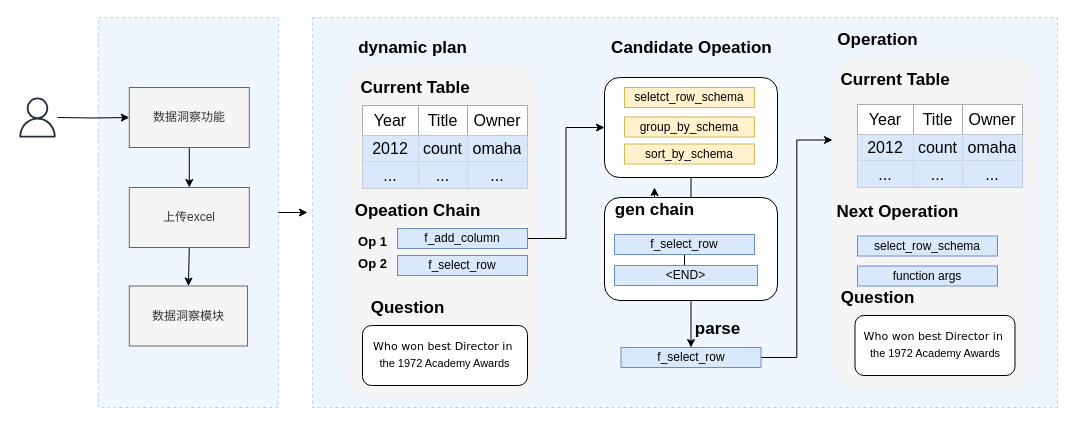
Earlier version of the draw.io diagram chain_of_table.drawio (caojun1997/darwin.v). Source tidied: cells renumbered, new cells numbered last; positions are measured from the earlier drawing's top-left corner, leaving out a move shared by most shapes. Both pictures are drawn from the tidied source at 100%, with x=0, y=0 at pixel (17, 17).
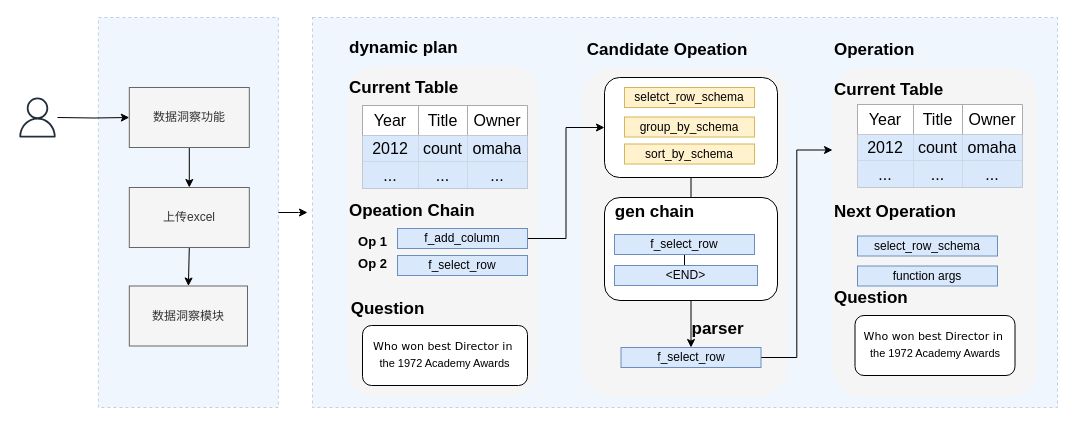
After the change.

The change refers to these unchanged cells:
```xml
<mxCell id="6" style="rounded=1;whiteSpace=wrap;html=1;" parent="1" vertex="1">
  <mxGeometry x="587" y="180" width="173" height="103" as="geometry" />
</mxCell>
<mxCell id="32" style="rounded=1;whiteSpace=wrap;html=1;" parent="1" vertex="1">
  <mxGeometry x="587" y="60" width="173" height="100" as="geometry" />
</mxCell>
<mxCell id="35" value="sort_by_schema" style="rounded=0;whiteSpace=wrap;html=1;fillColor=#fff2cc;strokeColor=#d6b656;" parent="1" vertex="1">
  <mxGeometry x="607" y="126.5" width="130" height="20" as="geometry" />
</mxCell>
```

The edit, as a diff of the source:
```diff
@@
+    <mxCell id="72" style="rounded=1;whiteSpace=wrap;html=1;fillColor=#f5f5f5;strokeColor=none;fontColor=#333333;" parent="1" vertex="1">
+      <mxGeometry x="564.5" y="50" width="205" height="330" as="geometry" />
+    </mxCell>
     <mxCell id="4" style="rounded=1;whiteSpace=wrap;html=1;fillColor=#f5f5f5;strokeColor=none;fontColor=#333333;" parent="1" vertex="1">
-      <mxGeometry x="815" y="40" width="205" height="330" as="geometry" />
+      <mxGeometry x="815" y="50" width="205" height="330" as="geometry" />
     </mxCell>
@@
+    <mxCell id="73" style="edgeStyle=orthogonalEdgeStyle;rounded=0;jettySize=auto;html=1;" parent="1" edge="1" source="6" target="35">
+      <mxGeometry relative="1" as="geometry" />
+    </mxCell>
@@
-    <mxCell id="21" value="&lt;font style=&quot;font-size: 17px;&quot;&gt;Current Table&amp;nbsp;&lt;/font&gt;" style="text;strokeColor=none;fillColor=none;html=1;fontSize=24;fontStyle=1;verticalAlign=middle;align=center;" parent="1" vertex="1">
-      <mxGeometry x="350" y="48" width="100" height="40" as="geometry" />
+    <mxCell id="21" value="&lt;font style=&quot;font-size: 17px;&quot;&gt;Current Table&amp;nbsp;&lt;/font&gt;" style="text;strokeColor=none;fillColor=none;html=1;fontSize=24;fontStyle=1;verticalAlign=middle;align=left;" parent="1" vertex="1">
+      <mxGeometry x="330" y="48" width="100" height="40" as="geometry" />
     </mxCell>
-    <mxCell id="22" value="&lt;span style=&quot;font-size: 17px;&quot;&gt;Opeation Chain&lt;/span&gt;" style="text;strokeColor=none;fillColor=none;html=1;fontSize=24;fontStyle=1;verticalAlign=middle;align=center;" parent="1" vertex="1">
-      <mxGeometry x="350" y="171" width="100" height="40" as="geometry" />
+    <mxCell id="22" value="&lt;span style=&quot;font-size: 17px;&quot;&gt;Opeation Chain&lt;/span&gt;" style="text;strokeColor=none;fillColor=none;html=1;fontSize=24;fontStyle=1;verticalAlign=middle;align=left;" parent="1" vertex="1">
+      <mxGeometry x="330" y="171" width="100" height="40" as="geometry" />
     </mxCell>
@@
     <mxCell id="28" value="&lt;span style=&quot;font-size: 17px;&quot;&gt;Question&lt;/span&gt;" style="text;strokeColor=none;fillColor=none;html=1;fontSize=24;fontStyle=1;verticalAlign=middle;align=center;" parent="1" vertex="1">
-      <mxGeometry x="340" y="268" width="100" height="40" as="geometry" />
+      <mxGeometry x="320" y="268.5" width="100" height="40" as="geometry" />
     </mxCell>
@@
-    <mxCell id="30" value="&lt;span style=&quot;font-size: 17px;&quot;&gt;&lt;span style=&quot;white-space: pre;&quot;&gt;&#9;&lt;/span&gt;Candidate Opeation&lt;/span&gt;" style="text;strokeColor=none;fillColor=none;html=1;fontSize=24;fontStyle=1;verticalAlign=middle;align=center;" parent="1" vertex="1">
-      <mxGeometry x="603.5" y="8" width="103" height="40" as="geometry" />
+    <mxCell id="30" value="&lt;span style=&quot;font-size: 17px;&quot;&gt;&lt;span style=&quot;white-space: pre;&quot;&gt;&#9;&lt;/span&gt;Candidate Opeation&lt;/span&gt;" style="text;strokeColor=none;fillColor=none;html=1;fontSize=24;fontStyle=1;verticalAlign=middle;align=left;" parent="1" vertex="1">
+      <mxGeometry x="530" y="10" width="103" height="40" as="geometry" />
     </mxCell>
-    <mxCell id="31" style="edgeStyle=orthogonalEdgeStyle;rounded=0;jettySize=auto;html=1;exitX=0.5;exitY=1;exitDx=0;exitDy=0;" parent="1" edge="1" source="32" target="41">
-      <mxGeometry relative="1" as="geometry" />
-    </mxCell>
@@
-    <mxCell id="36" value="&lt;span style=&quot;font-size: 17px;&quot;&gt;dynamic plan&lt;/span&gt;" style="text;strokeColor=none;fillColor=none;html=1;fontSize=24;fontStyle=1;verticalAlign=middle;align=center;" parent="1" vertex="1">
-      <mxGeometry x="345" y="8" width="100" height="40" as="geometry" />
+    <mxCell id="36" value="&lt;span style=&quot;font-size: 17px;&quot;&gt;dynamic plan&lt;/span&gt;" style="text;strokeColor=none;fillColor=none;html=1;fontSize=24;fontStyle=1;verticalAlign=middle;align=left;" parent="1" vertex="1">
+      <mxGeometry x="330" y="8" width="100" height="40" as="geometry" />
     </mxCell>
@@
-    <mxCell id="40" value="&lt;span style=&quot;font-size: 17px;&quot;&gt;parse&lt;/span&gt;" style="text;strokeColor=none;fillColor=none;html=1;fontSize=24;fontStyle=1;verticalAlign=middle;align=center;" parent="1" vertex="1">
+    <mxCell id="40" value="&lt;span style=&quot;font-size: 17px;&quot;&gt;parser&lt;/span&gt;" style="text;strokeColor=none;fillColor=none;html=1;fontSize=24;fontStyle=1;verticalAlign=middle;align=center;" parent="1" vertex="1">
       <mxGeometry x="650" y="288.5" width="100" height="40" as="geometry" />
     </mxCell>
     <mxCell id="41" value="&lt;span style=&quot;font-size: 17px;&quot;&gt;gen chain&lt;/span&gt;" style="text;strokeColor=none;fillColor=none;html=1;fontSize=24;fontStyle=1;verticalAlign=middle;align=center;" parent="1" vertex="1">
-      <mxGeometry x="587" y="170" width="100" height="40" as="geometry" />
+      <mxGeometry x="587" y="171.5" width="100" height="40" as="geometry" />
     </mxCell>
@@
-    <mxCell id="57" value="&lt;font style=&quot;font-size: 17px;&quot;&gt;Current Table&amp;nbsp;&lt;/font&gt;" style="text;strokeColor=none;fillColor=none;html=1;fontSize=24;fontStyle=1;verticalAlign=middle;align=center;" parent="1" vertex="1">
-      <mxGeometry x="830" y="40" width="100" height="40" as="geometry" />
+    <mxCell id="57" value="&lt;font style=&quot;font-size: 17px;&quot;&gt;Current Table&amp;nbsp;&lt;/font&gt;" style="text;strokeColor=none;fillColor=none;html=1;fontSize=24;fontStyle=1;verticalAlign=middle;align=left;" parent="1" vertex="1">
+      <mxGeometry x="815" y="50" width="100" height="40" as="geometry" />
     </mxCell>
-    <mxCell id="58" value="&lt;span style=&quot;font-size: 17px;&quot;&gt;Next Operation&lt;/span&gt;" style="text;strokeColor=none;fillColor=none;html=1;fontSize=24;fontStyle=1;verticalAlign=middle;align=center;" parent="1" vertex="1">
-      <mxGeometry x="830" y="171.5" width="100" height="40" as="geometry" />
+    <mxCell id="58" value="&lt;span style=&quot;font-size: 17px;&quot;&gt;Next Operation&lt;/span&gt;" style="text;strokeColor=none;fillColor=none;html=1;fontSize=24;fontStyle=1;verticalAlign=middle;align=left;" parent="1" vertex="1">
+      <mxGeometry x="815" y="171.5" width="100" height="40" as="geometry" />
     </mxCell>
@@
-    <mxCell id="61" value="&lt;span style=&quot;font-size: 17px;&quot;&gt;Question&lt;/span&gt;" style="text;strokeColor=none;fillColor=none;html=1;fontSize=24;fontStyle=1;verticalAlign=middle;align=center;" parent="1" vertex="1">
-      <mxGeometry x="810" y="258" width="100" height="40" as="geometry" />
+    <mxCell id="61" value="&lt;span style=&quot;font-size: 17px;&quot;&gt;Question&lt;/span&gt;" style="text;strokeColor=none;fillColor=none;html=1;fontSize=24;fontStyle=1;verticalAlign=middle;align=left;" parent="1" vertex="1">
+      <mxGeometry x="815" y="258" width="100" height="40" as="geometry" />
     </mxCell>
@@
-    <mxCell id="63" value="&lt;span style=&quot;font-size: 17px;&quot;&gt;Operation&lt;/span&gt;" style="text;strokeColor=none;fillColor=none;html=1;fontSize=24;fontStyle=1;verticalAlign=middle;align=center;" parent="1" vertex="1">
-      <mxGeometry x="810" width="100" height="40" as="geometry" />
+    <mxCell id="63" value="&lt;span style=&quot;font-size: 17px;&quot;&gt;Operation&lt;/span&gt;" style="text;strokeColor=none;fillColor=none;html=1;fontSize=24;fontStyle=1;verticalAlign=middle;align=left;" parent="1" vertex="1">
+      <mxGeometry x="815" y="10" width="100" height="40" as="geometry" />
     </mxCell>
```
